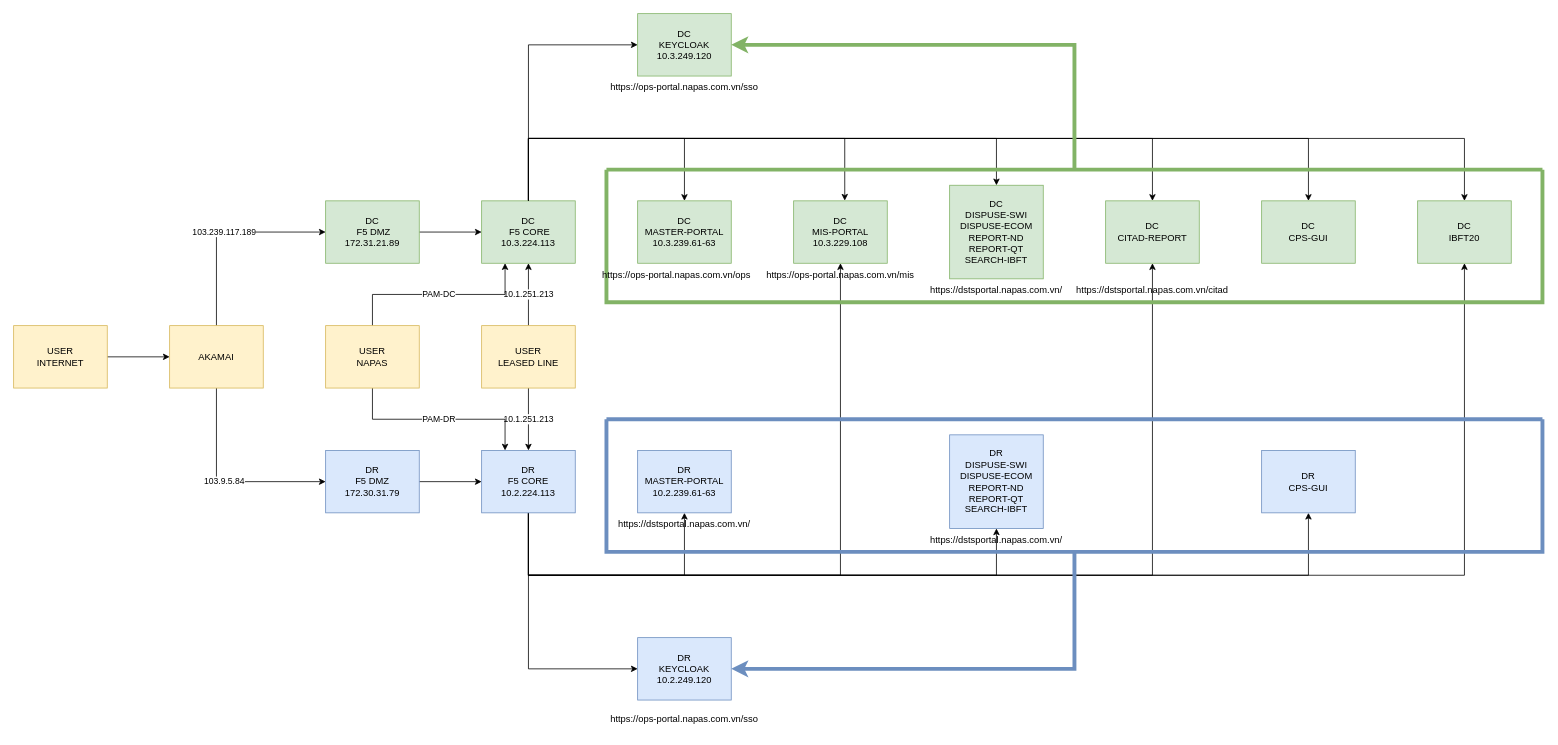
This is page "MASTER-PORTAL" (2 of 2) of Mo hinh trien khai DC_DR DPP.drawio from greytiger/qnk-dev-tools, a draw.io file, before an edit. Source tidied: cells renumbered, new cells numbered last; positions are measured from the earlier drawing's top-left corner, leaving out a move shared by most shapes. Both pictures are drawn from the tidied source at 78%, with x=0, y=0 at pixel (13, 13).
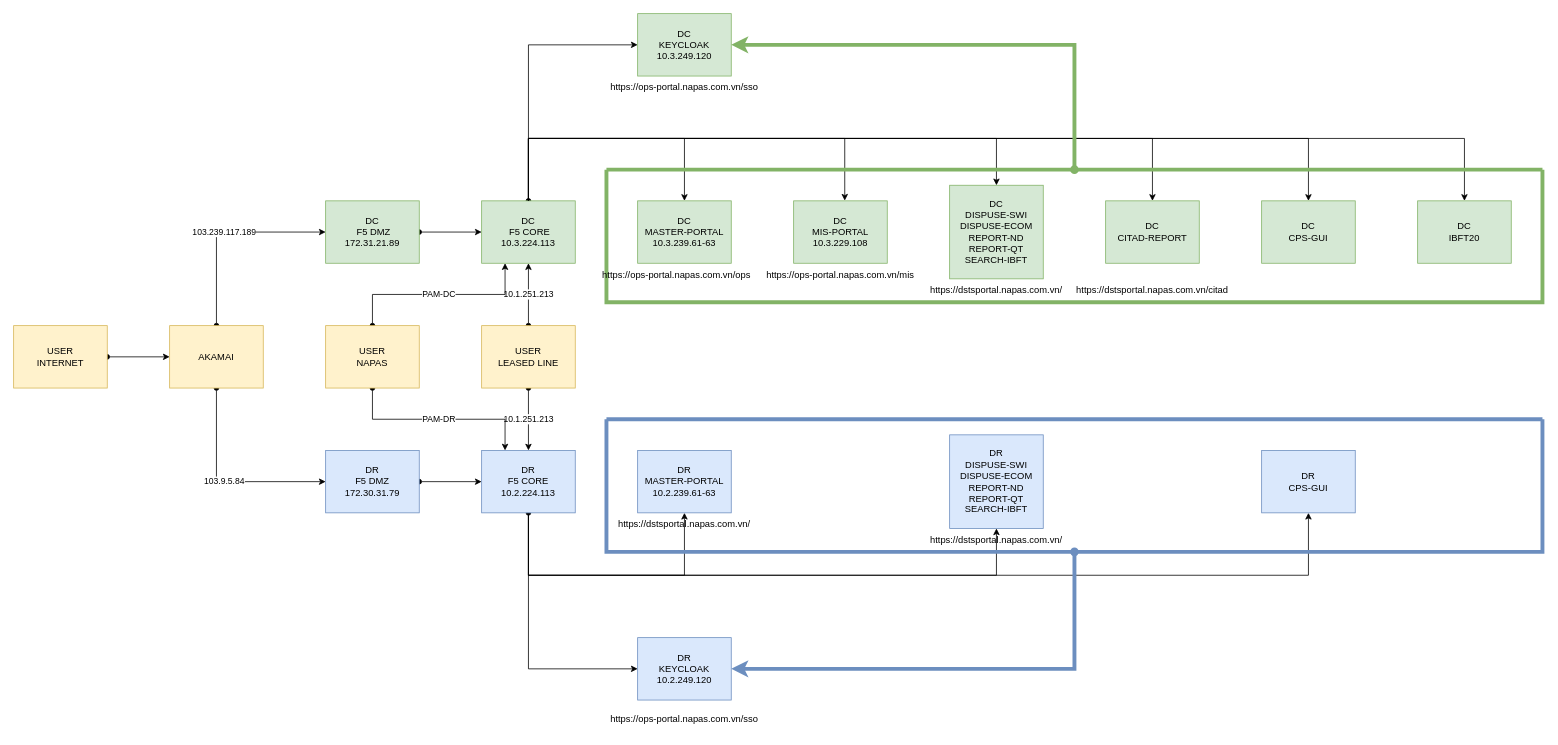
The same diagram, later.

The change refers to these unchanged cells:
```xml
<mxCell id="3" value="USER&lt;br&gt;INTERNET" style="rounded=0;whiteSpace=wrap;html=1;fillColor=#fff2cc;strokeColor=#d6b656;" parent="1" vertex="1">
  <mxGeometry y="400" width="120" height="80" as="geometry" />
</mxCell>
<mxCell id="6" value="AKAMAI" style="rounded=0;whiteSpace=wrap;html=1;fillColor=#fff2cc;strokeColor=#d6b656;" parent="1" vertex="1">
  <mxGeometry x="200" y="400" width="120" height="80" as="geometry" />
</mxCell>
<mxCell id="8" value="DC&lt;br&gt;&amp;nbsp;F5 DMZ&lt;br&gt;&lt;span&gt;172.31.21.89&lt;/span&gt;" style="rounded=0;whiteSpace=wrap;html=1;fillColor=#d5e8d4;strokeColor=#82b366;" parent="1" vertex="1">
  <mxGeometry x="400" y="240" width="120" height="80" as="geometry" />
</mxCell>
<mxCell id="14" value="DC&lt;br&gt;&amp;nbsp;F5&amp;nbsp;CORE&lt;br&gt;&lt;span&gt;10.3.224.113&lt;/span&gt;" style="rounded=0;whiteSpace=wrap;html=1;fillColor=#d5e8d4;strokeColor=#82b366;" parent="1" vertex="1">
  <mxGeometry x="600" y="240" width="120" height="80" as="geometry" />
</mxCell>
<mxCell id="16" value="DC&lt;br&gt;KEYCLOAK&lt;br&gt;&lt;span&gt;10.3.249.120&lt;/span&gt;" style="rounded=0;whiteSpace=wrap;html=1;fillColor=#d5e8d4;strokeColor=#82b366;" parent="1" vertex="1">
  <mxGeometry x="800" width="120" height="80" as="geometry" />
</mxCell>
<mxCell id="17" value="DC&lt;br&gt;MIS-PORTAL&lt;br&gt;&lt;span&gt;10.3.229.108&lt;/span&gt;" style="rounded=0;whiteSpace=wrap;html=1;fillColor=#d5e8d4;strokeColor=#82b366;" parent="1" vertex="1">
  <mxGeometry x="1000" y="240" width="120" height="80" as="geometry" />
</mxCell>
<mxCell id="19" value="DC&lt;br&gt;CITAD-REPORT" style="rounded=0;whiteSpace=wrap;html=1;fillColor=#d5e8d4;strokeColor=#82b366;" parent="1" vertex="1">
  <mxGeometry x="1400" y="240" width="120" height="80" as="geometry" />
</mxCell>
<mxCell id="21" value="DC&lt;br&gt;IBFT20" style="rounded=0;whiteSpace=wrap;html=1;fillColor=#d5e8d4;strokeColor=#82b366;" parent="1" vertex="1">
  <mxGeometry x="1800" y="240" width="120" height="80" as="geometry" />
</mxCell>
<mxCell id="25" value="DR &lt;br&gt;F5 DMZ&lt;br&gt;&lt;span&gt;172.30.31.79&lt;/span&gt;" style="rounded=0;whiteSpace=wrap;html=1;fillColor=#dae8fc;strokeColor=#6c8ebf;" parent="1" vertex="1">
  <mxGeometry x="400" y="560" width="120" height="80" as="geometry" />
</mxCell>
<mxCell id="33" value="DR&lt;br&gt;F5 CORE&lt;br&gt;10.2.224.113" style="rounded=0;whiteSpace=wrap;html=1;fillColor=#dae8fc;strokeColor=#6c8ebf;" parent="1" vertex="1">
  <mxGeometry x="600" y="560" width="120" height="80" as="geometry" />
</mxCell>
<mxCell id="39" value="USER&lt;br&gt;LEASED LINE" style="rounded=0;whiteSpace=wrap;html=1;fillColor=#fff2cc;strokeColor=#d6b656;" parent="1" vertex="1">
  <mxGeometry x="600" y="400" width="120" height="80" as="geometry" />
</mxCell>
<mxCell id="41" style="swimlane;startSize=0;fillColor=#d5e8d4;strokeColor=#82b366;strokeWidth=5;" parent="1" vertex="1">
  <mxGeometry x="760" y="200" width="1200" height="170" as="geometry" />
</mxCell>
<mxCell id="47" style="swimlane;startSize=0;fillColor=#dae8fc;strokeColor=#6c8ebf;strokeWidth=5;" parent="1" vertex="1">
  <mxGeometry x="760" y="520" width="1200" height="170" as="geometry" />
</mxCell>
<mxCell id="50" value="DR&lt;br&gt;KEYCLOAK&lt;br&gt;&lt;span&gt;10.2.249.120&lt;br&gt;&lt;/span&gt;" style="rounded=0;whiteSpace=wrap;html=1;fillColor=#dae8fc;strokeColor=#6c8ebf;" parent="1" vertex="1">
  <mxGeometry x="800" y="800" width="120" height="80" as="geometry" />
</mxCell>
<mxCell id="53" value="USER&lt;br&gt;NAPAS" style="rounded=0;whiteSpace=wrap;html=1;fillColor=#fff2cc;strokeColor=#d6b656;" parent="1" vertex="1">
  <mxGeometry x="400" y="400" width="120" height="80" as="geometry" />
</mxCell>
```

The edit, as a diff of the source:
```diff
@@
-    <mxCell id="2" style="edgeStyle=orthogonalEdgeStyle;rounded=0;jettySize=auto;html=1;" parent="1" edge="1" source="3" target="6">
+    <mxCell id="2" style="edgeStyle=orthogonalEdgeStyle;rounded=0;jettySize=auto;html=1;startArrow=oval;startFill=1;" parent="1" edge="1" source="3" target="6">
       <mxGeometry relative="1" as="geometry" />
     </mxCell>
@@
-    <mxCell id="4" value="&lt;span&gt;103.239.117.189&lt;/span&gt;" style="edgeStyle=orthogonalEdgeStyle;rounded=0;jettySize=auto;html=1;exitX=0.5;exitY=0;exitDx=0;exitDy=0;entryX=0;entryY=0.5;entryDx=0;entryDy=0;" parent="1" edge="1" source="6" target="8">
+    <mxCell id="4" value="&lt;span&gt;103.239.117.189&lt;/span&gt;" style="edgeStyle=orthogonalEdgeStyle;rounded=0;jettySize=auto;html=1;exitX=0.5;exitY=0;exitDx=0;exitDy=0;entryX=0;entryY=0.5;entryDx=0;entryDy=0;startArrow=oval;startFill=1;" parent="1" edge="1" source="6" target="8">
       <mxGeometry relative="1" as="geometry" />
     </mxCell>
-    <mxCell id="5" value="&lt;span&gt;103.9.5.84&lt;/span&gt;" style="edgeStyle=orthogonalEdgeStyle;rounded=0;jettySize=auto;html=1;exitX=0.5;exitY=1;exitDx=0;exitDy=0;entryX=0;entryY=0.5;entryDx=0;entryDy=0;" parent="1" edge="1" source="6" target="25">
+    <mxCell id="5" value="&lt;span&gt;103.9.5.84&lt;/span&gt;" style="edgeStyle=orthogonalEdgeStyle;rounded=0;jettySize=auto;html=1;exitX=0.5;exitY=1;exitDx=0;exitDy=0;entryX=0;entryY=0.5;entryDx=0;entryDy=0;startArrow=oval;startFill=1;" parent="1" edge="1" source="6" target="25">
       <mxGeometry relative="1" as="geometry" />
     </mxCell>
@@
-    <mxCell id="7" style="edgeStyle=orthogonalEdgeStyle;rounded=0;jettySize=auto;html=1;" parent="1" edge="1" source="8" target="14">
+    <mxCell id="7" style="edgeStyle=orthogonalEdgeStyle;rounded=0;jettySize=auto;html=1;startArrow=oval;startFill=1;" parent="1" edge="1" source="8" target="14">
       <mxGeometry relative="1" as="geometry" />
     </mxCell>
@@
-    <mxCell id="13" style="edgeStyle=orthogonalEdgeStyle;rounded=0;jettySize=auto;html=1;exitX=0.5;exitY=0;exitDx=0;exitDy=0;entryX=0;entryY=0.5;entryDx=0;entryDy=0;" parent="1" edge="1" source="14" target="16">
+    <mxCell id="13" style="edgeStyle=orthogonalEdgeStyle;rounded=0;jettySize=auto;html=1;exitX=0.5;exitY=0;exitDx=0;exitDy=0;entryX=0;entryY=0.5;entryDx=0;entryDy=0;startArrow=oval;startFill=1;" parent="1" edge="1" source="14" target="16">
       <mxGeometry relative="1" as="geometry" />
     </mxCell>
@@
-    <mxCell id="24" style="edgeStyle=orthogonalEdgeStyle;rounded=0;jettySize=auto;html=1;" parent="1" edge="1" source="25" target="33">
+    <mxCell id="24" style="edgeStyle=orthogonalEdgeStyle;rounded=0;jettySize=auto;html=1;startArrow=oval;startFill=1;" parent="1" edge="1" source="25" target="33">
       <mxGeometry relative="1" as="geometry" />
     </mxCell>
@@
-    <mxCell id="27" style="edgeStyle=orthogonalEdgeStyle;rounded=0;jettySize=auto;html=1;exitX=0.5;exitY=1;exitDx=0;exitDy=0;entryX=0.5;entryY=1;entryDx=0;entryDy=0;" parent="1" edge="1" source="33" target="17">
-      <mxGeometry x="-0.36" relative="1" as="geometry">
-        <Array as="points">
-          <mxPoint x="660" y="720" />
-          <mxPoint x="1060" y="720" />
-        </Array>
-      </mxGeometry>
-    </mxCell>
@@
-    <mxCell id="29" style="edgeStyle=orthogonalEdgeStyle;rounded=0;jettySize=auto;html=1;exitX=0.5;exitY=1;exitDx=0;exitDy=0;entryX=0.5;entryY=1;entryDx=0;entryDy=0;" parent="1" edge="1" source="33" target="19">
-      <mxGeometry x="-0.25" relative="1" as="geometry">
-        <Array as="points">
-          <mxPoint x="660" y="720" />
-          <mxPoint x="1460" y="720" />
-        </Array>
-      </mxGeometry>
-    </mxCell>
@@
-    <mxCell id="31" style="edgeStyle=orthogonalEdgeStyle;rounded=0;jettySize=auto;html=1;exitX=0.5;exitY=1;exitDx=0;exitDy=0;entryX=0.5;entryY=1;entryDx=0;entryDy=0;" parent="1" edge="1" source="33" target="21">
-      <mxGeometry relative="1" as="geometry">
-        <Array as="points">
-          <mxPoint x="660" y="720" />
-          <mxPoint x="1860" y="720" />
-        </Array>
-      </mxGeometry>
-    </mxCell>
-    <mxCell id="32" style="edgeStyle=orthogonalEdgeStyle;rounded=0;jettySize=auto;html=1;exitX=0.5;exitY=1;exitDx=0;exitDy=0;entryX=0;entryY=0.5;entryDx=0;entryDy=0;" parent="1" edge="1" source="33" target="50">
+    <mxCell id="32" style="edgeStyle=orthogonalEdgeStyle;rounded=0;jettySize=auto;html=1;exitX=0.5;exitY=1;exitDx=0;exitDy=0;entryX=0;entryY=0.5;entryDx=0;entryDy=0;startArrow=oval;startFill=1;" parent="1" edge="1" source="33" target="50">
       <mxGeometry relative="1" as="geometry" />
     </mxCell>
@@
-    <mxCell id="37" value="&lt;span&gt;10.1.251.213&lt;/span&gt;" style="edgeStyle=orthogonalEdgeStyle;rounded=0;jettySize=auto;html=1;exitX=0.5;exitY=0;exitDx=0;exitDy=0;entryX=0.5;entryY=1;entryDx=0;entryDy=0;" parent="1" edge="1" source="39" target="14">
+    <mxCell id="37" value="&lt;span&gt;10.1.251.213&lt;/span&gt;" style="edgeStyle=orthogonalEdgeStyle;rounded=0;jettySize=auto;html=1;exitX=0.5;exitY=0;exitDx=0;exitDy=0;entryX=0.5;entryY=1;entryDx=0;entryDy=0;startArrow=oval;startFill=1;" parent="1" edge="1" source="39" target="14">
       <mxGeometry relative="1" as="geometry" />
     </mxCell>
-    <mxCell id="38" value="&lt;span&gt;10.1.251.213&lt;/span&gt;" style="edgeStyle=orthogonalEdgeStyle;rounded=0;jettySize=auto;html=1;exitX=0.5;exitY=1;exitDx=0;exitDy=0;entryX=0.5;entryY=0;entryDx=0;entryDy=0;" parent="1" edge="1" source="39" target="33">
+    <mxCell id="38" value="&lt;span&gt;10.1.251.213&lt;/span&gt;" style="edgeStyle=orthogonalEdgeStyle;rounded=0;jettySize=auto;html=1;exitX=0.5;exitY=1;exitDx=0;exitDy=0;entryX=0.5;entryY=0;entryDx=0;entryDy=0;startArrow=oval;startFill=1;" parent="1" edge="1" source="39" target="33">
       <mxGeometry relative="1" as="geometry" />
     </mxCell>
@@
-    <mxCell id="40" style="edgeStyle=orthogonalEdgeStyle;rounded=0;jettySize=auto;html=1;exitX=0.5;exitY=0;exitDx=0;exitDy=0;entryX=1;entryY=0.5;entryDx=0;entryDy=0;fillColor=#d5e8d4;strokeColor=#82b366;strokeWidth=5;" parent="1" edge="1" source="41" target="16">
+    <mxCell id="40" style="edgeStyle=orthogonalEdgeStyle;rounded=0;jettySize=auto;html=1;exitX=0.5;exitY=0;exitDx=0;exitDy=0;entryX=1;entryY=0.5;entryDx=0;entryDy=0;fillColor=#d5e8d4;strokeColor=#82b366;strokeWidth=5;startArrow=oval;startFill=1;" parent="1" edge="1" source="41" target="16">
       <mxGeometry relative="1" as="geometry" />
     </mxCell>
@@
-    <mxCell id="46" style="edgeStyle=orthogonalEdgeStyle;rounded=0;jettySize=auto;html=1;exitX=0.5;exitY=1;exitDx=0;exitDy=0;entryX=1;entryY=0.5;entryDx=0;entryDy=0;strokeWidth=5;fillColor=#dae8fc;strokeColor=#6c8ebf;" parent="1" edge="1" source="47" target="50">
+    <mxCell id="46" style="edgeStyle=orthogonalEdgeStyle;rounded=0;jettySize=auto;html=1;exitX=0.5;exitY=1;exitDx=0;exitDy=0;entryX=1;entryY=0.5;entryDx=0;entryDy=0;strokeWidth=5;fillColor=#dae8fc;strokeColor=#6c8ebf;startArrow=oval;startFill=1;" parent="1" edge="1" source="47" target="50">
       <mxGeometry relative="1" as="geometry" />
     </mxCell>
@@
-    <mxCell id="51" value="PAM-DR" style="edgeStyle=orthogonalEdgeStyle;rounded=0;jettySize=auto;html=1;exitX=0.5;exitY=1;exitDx=0;exitDy=0;entryX=0.25;entryY=0;entryDx=0;entryDy=0;" parent="1" edge="1" source="53" target="33">
+    <mxCell id="51" value="PAM-DR" style="edgeStyle=orthogonalEdgeStyle;rounded=0;jettySize=auto;html=1;exitX=0.5;exitY=1;exitDx=0;exitDy=0;entryX=0.25;entryY=0;entryDx=0;entryDy=0;startArrow=oval;startFill=1;" parent="1" edge="1" source="53" target="33">
       <mxGeometry relative="1" as="geometry" />
     </mxCell>
-    <mxCell id="52" value="PAM-DC" style="edgeStyle=orthogonalEdgeStyle;rounded=0;jettySize=auto;html=1;exitX=0.5;exitY=0;exitDx=0;exitDy=0;entryX=0.25;entryY=1;entryDx=0;entryDy=0;" parent="1" edge="1" source="53" target="14">
+    <mxCell id="52" value="PAM-DC" style="edgeStyle=orthogonalEdgeStyle;rounded=0;jettySize=auto;html=1;exitX=0.5;exitY=0;exitDx=0;exitDy=0;entryX=0.25;entryY=1;entryDx=0;entryDy=0;startArrow=oval;startFill=1;" parent="1" edge="1" source="53" target="14">
       <mxGeometry relative="1" as="geometry" />
     </mxCell>
```
